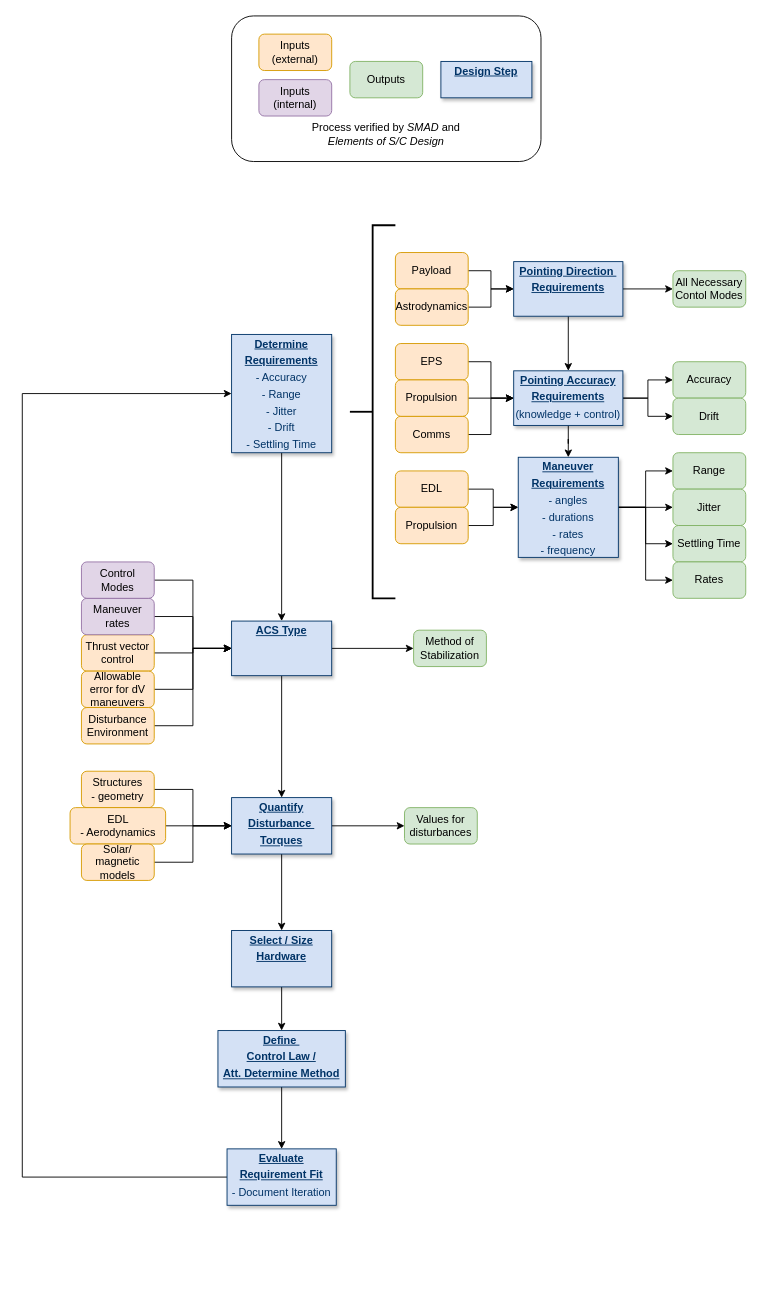
Earlier version of the draw.io diagram top-level_block_diagram.drawio (LMaiorano/DSE-AOCS-Design). Source tidied: cells renumbered, new cells numbered last; positions are measured from the earlier drawing's top-left corner, leaving out a move shared by most shapes. Both pictures are drawn from the tidied source at 91%, with x=0, y=0 at pixel (22, 15).
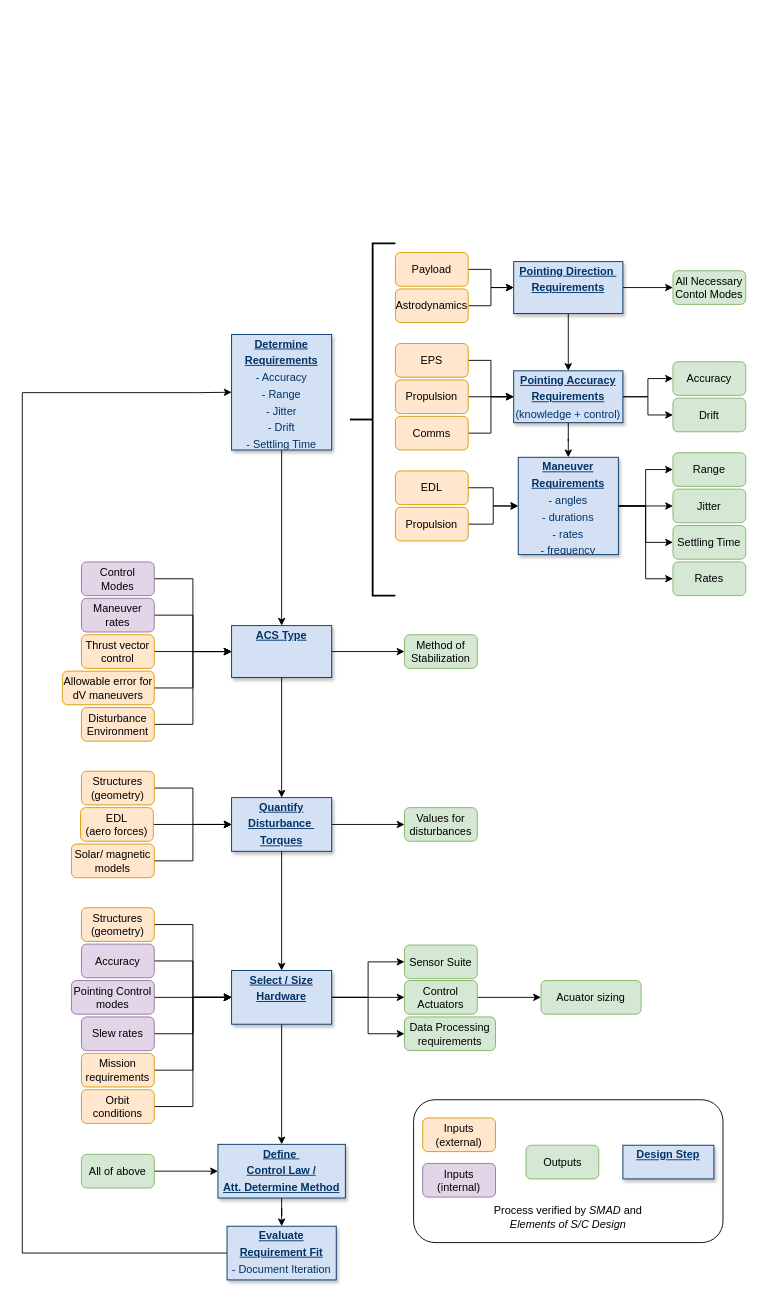
The same page after the edit.

Commit message (it also covers changes not shown here):
Finished AOCS design diagram

Diff of the diagram source:
```diff
@@
     <mxCell id="4" value="&lt;p style=&quot;margin: 0px ; margin-top: 4px ; text-align: center ; text-decoration: underline&quot;&gt;&lt;b&gt;ACS Type&lt;/b&gt;&lt;/p&gt;&lt;p style=&quot;margin: 0px ; margin-top: 4px ; text-align: center ; text-decoration: underline&quot;&gt;&lt;b&gt;&lt;br&gt;&lt;/b&gt;&lt;/p&gt;" style="verticalAlign=top;align=left;overflow=fill;fontSize=12;fontFamily=Helvetica;html=1;strokeColor=#003366;shadow=1;fillColor=#D4E1F5;fontColor=#003366;" parent="1" vertex="1">
-      <mxGeometry x="230" y="665" width="110" height="60" as="geometry" />
+      <mxGeometry x="230" y="670" width="110" height="57" as="geometry" />
     </mxCell>
@@
     <mxCell id="7" value="&lt;p style=&quot;margin: 0px ; margin-top: 4px ; text-align: center ; text-decoration: underline&quot;&gt;&lt;b&gt;Pointing Direction&amp;nbsp;&lt;/b&gt;&lt;/p&gt;&lt;p style=&quot;margin: 0px ; margin-top: 4px ; text-align: center ; text-decoration: underline&quot;&gt;&lt;b&gt;Requirements&lt;/b&gt;&lt;/p&gt;" style="verticalAlign=top;align=left;overflow=fill;fontSize=12;fontFamily=Helvetica;html=1;strokeColor=#003366;shadow=1;fillColor=#D4E1F5;fontColor=#003366;" parent="1" vertex="1">
-      <mxGeometry x="540" y="270" width="120" height="60" as="geometry" />
+      <mxGeometry x="540" y="270" width="120" height="57" as="geometry" />
     </mxCell>
@@
     <mxCell id="11" value="&lt;p style=&quot;margin: 0px ; margin-top: 4px ; text-align: center ; text-decoration: underline&quot;&gt;&lt;b&gt;Pointing Accuracy&lt;/b&gt;&lt;/p&gt;&lt;p style=&quot;margin: 0px ; margin-top: 4px ; text-align: center ; text-decoration: underline&quot;&gt;&lt;b&gt;Requirements&lt;/b&gt;&lt;/p&gt;&lt;p style=&quot;margin: 4px 0px 0px ; text-align: center&quot;&gt;(knowledge + control)&lt;/p&gt;" style="verticalAlign=top;align=left;overflow=fill;fontSize=12;fontFamily=Helvetica;html=1;strokeColor=#003366;shadow=1;fillColor=#D4E1F5;fontColor=#003366;" parent="1" vertex="1">
-      <mxGeometry x="540" y="390" width="120" height="60" as="geometry" />
+      <mxGeometry x="540" y="390" width="120" height="57" as="geometry" />
     </mxCell>
@@
     <mxCell id="16" value="&lt;p style=&quot;margin: 0px ; margin-top: 4px ; text-align: center ; text-decoration: underline&quot;&gt;&lt;b&gt;Maneuver&lt;/b&gt;&lt;/p&gt;&lt;p style=&quot;margin: 0px ; margin-top: 4px ; text-align: center ; text-decoration: underline&quot;&gt;&lt;b&gt;Requirements&lt;/b&gt;&lt;/p&gt;&lt;p style=&quot;margin: 4px 0px 0px ; text-align: center&quot;&gt;- angles&lt;/p&gt;&lt;p style=&quot;margin: 4px 0px 0px ; text-align: center&quot;&gt;- durations&lt;/p&gt;&lt;p style=&quot;margin: 4px 0px 0px ; text-align: center&quot;&gt;- rates&lt;/p&gt;&lt;p style=&quot;margin: 4px 0px 0px ; text-align: center&quot;&gt;- frequency&lt;/p&gt;" style="verticalAlign=top;align=left;overflow=fill;fontSize=12;fontFamily=Helvetica;html=1;strokeColor=#003366;shadow=1;fillColor=#D4E1F5;fontColor=#003366;" parent="1" vertex="1">
-      <mxGeometry x="545" y="485" width="110" height="110" as="geometry" />
+      <mxGeometry x="545" y="485" width="110" height="107" as="geometry" />
     </mxCell>
@@
     <mxCell id="19" value="&lt;p style=&quot;margin: 0px ; margin-top: 4px ; text-align: center ; text-decoration: underline&quot;&gt;&lt;b&gt;Quantify&lt;/b&gt;&lt;/p&gt;&lt;p style=&quot;margin: 0px ; margin-top: 4px ; text-align: center ; text-decoration: underline&quot;&gt;&lt;b&gt;Disturbance&amp;nbsp;&lt;/b&gt;&lt;/p&gt;&lt;p style=&quot;margin: 0px ; margin-top: 4px ; text-align: center ; text-decoration: underline&quot;&gt;&lt;b&gt;Torques&lt;/b&gt;&lt;/p&gt;" style="verticalAlign=top;align=left;overflow=fill;fontSize=12;fontFamily=Helvetica;html=1;strokeColor=#003366;shadow=1;fillColor=#D4E1F5;fontColor=#003366;" parent="1" vertex="1">
-      <mxGeometry x="230" y="859" width="110" height="62" as="geometry" />
+      <mxGeometry x="230" y="859" width="110" height="59" as="geometry" />
     </mxCell>
@@
+    <mxCell id="75" style="edgeStyle=orthogonalEdgeStyle;rounded=0;jettySize=auto;html=1;" parent="1" edge="1" source="21" target="92">
+      <mxGeometry relative="1" as="geometry" />
+    </mxCell>
+    <mxCell id="76" style="edgeStyle=orthogonalEdgeStyle;rounded=0;jettySize=auto;html=1;" parent="1" edge="1" source="21" target="90">
+      <mxGeometry relative="1" as="geometry" />
+    </mxCell>
+    <mxCell id="77" style="edgeStyle=orthogonalEdgeStyle;rounded=0;jettySize=auto;html=1;entryX=0;entryY=0.5;entryDx=0;entryDy=0;" parent="1" edge="1" source="21" target="93">
+      <mxGeometry relative="1" as="geometry" />
+    </mxCell>
     <mxCell id="21" value="&lt;p style=&quot;margin: 0px ; margin-top: 4px ; text-align: center ; text-decoration: underline&quot;&gt;&lt;b&gt;Select / Size&lt;/b&gt;&lt;/p&gt;&lt;p style=&quot;margin: 0px ; margin-top: 4px ; text-align: center ; text-decoration: underline&quot;&gt;&lt;b&gt;Hardware&lt;/b&gt;&lt;/p&gt;" style="verticalAlign=top;align=left;overflow=fill;fontSize=12;fontFamily=Helvetica;html=1;strokeColor=#003366;shadow=1;fillColor=#D4E1F5;fontColor=#003366;" parent="1" vertex="1">
-      <mxGeometry x="230" y="1005" width="110" height="62" as="geometry" />
+      <mxGeometry x="230" y="1049" width="110" height="59" as="geometry" />
     </mxCell>
@@
     <mxCell id="23" value="&lt;p style=&quot;margin: 0px ; margin-top: 4px ; text-align: center ; text-decoration: underline&quot;&gt;&lt;b&gt;Define&amp;nbsp;&lt;/b&gt;&lt;/p&gt;&lt;p style=&quot;margin: 0px ; margin-top: 4px ; text-align: center ; text-decoration: underline&quot;&gt;&lt;b&gt;Control Law /&lt;/b&gt;&lt;/p&gt;&lt;p style=&quot;margin: 0px ; margin-top: 4px ; text-align: center ; text-decoration: underline&quot;&gt;&lt;b&gt;Att. Determine Method&lt;/b&gt;&lt;/p&gt;" style="verticalAlign=top;align=left;overflow=fill;fontSize=12;fontFamily=Helvetica;html=1;strokeColor=#003366;shadow=1;fillColor=#D4E1F5;fontColor=#003366;" parent="1" vertex="1">
-      <mxGeometry x="215" y="1115" width="140" height="62" as="geometry" />
+      <mxGeometry x="215" y="1240" width="140" height="59" as="geometry" />
     </mxCell>
     <mxCell id="24" style="edgeStyle=orthogonalEdgeStyle;rounded=0;jettySize=auto;html=1;entryX=0;entryY=0.5;entryDx=0;entryDy=0;exitX=0;exitY=0.5;exitDx=0;exitDy=0;" parent="1" edge="1" source="25" target="27">
       <mxGeometry relative="1" as="geometry">
         <Array as="points">
-          <mxPoint y="1276" />
-          <mxPoint y="415" />
+          <mxPoint y="1360" />
+          <mxPoint y="414" />
+          <mxPoint x="194" y="414" />
         </Array>
       </mxGeometry>
     </mxCell>
     <mxCell id="25" value="&lt;p style=&quot;margin: 0px ; margin-top: 4px ; text-align: center ; text-decoration: underline&quot;&gt;&lt;b&gt;Evaluate&lt;/b&gt;&lt;/p&gt;&lt;p style=&quot;margin: 0px ; margin-top: 4px ; text-align: center ; text-decoration: underline&quot;&gt;&lt;b&gt;Requirement Fit&lt;/b&gt;&lt;/p&gt;&lt;p style=&quot;margin: 4px 0px 0px ; text-align: center&quot;&gt;- Document Iteration&lt;/p&gt;" style="verticalAlign=top;align=left;overflow=fill;fontSize=12;fontFamily=Helvetica;html=1;strokeColor=#003366;shadow=1;fillColor=#D4E1F5;fontColor=#003366;" parent="1" vertex="1">
-      <mxGeometry x="225" y="1245" width="120" height="62" as="geometry" />
+      <mxGeometry x="225" y="1330" width="120" height="59" as="geometry" />
     </mxCell>
@@
     <mxCell id="27" value="&lt;p style=&quot;margin: 0px ; margin-top: 4px ; text-align: center ; text-decoration: underline&quot;&gt;&lt;b&gt;Determine&lt;/b&gt;&lt;/p&gt;&lt;p style=&quot;margin: 0px ; margin-top: 4px ; text-align: center ; text-decoration: underline&quot;&gt;&lt;b&gt;Requirements&lt;/b&gt;&lt;/p&gt;&lt;p style=&quot;margin: 4px 0px 0px ; text-align: center&quot;&gt;- Accuracy&lt;/p&gt;&lt;p style=&quot;margin: 4px 0px 0px ; text-align: center&quot;&gt;- Range&lt;/p&gt;&lt;p style=&quot;margin: 4px 0px 0px ; text-align: center&quot;&gt;- Jitter&lt;/p&gt;&lt;p style=&quot;margin: 4px 0px 0px ; text-align: center&quot;&gt;- Drift&lt;/p&gt;&lt;p style=&quot;margin: 4px 0px 0px ; text-align: center&quot;&gt;- Settling Time&lt;/p&gt;" style="verticalAlign=top;align=left;overflow=fill;fontSize=12;fontFamily=Helvetica;html=1;strokeColor=#003366;shadow=1;fillColor=#D4E1F5;fontColor=#003366;" parent="1" vertex="1">
-      <mxGeometry x="230" y="350" width="110" height="130" as="geometry" />
+      <mxGeometry x="230" y="350" width="110" height="127" as="geometry" />
     </mxCell>
@@
     <mxCell id="29" value="Thrust vector control" style="rounded=1;whiteSpace=wrap;html=1;fillColor=#ffe6cc;strokeColor=#d79b00;" parent="1" vertex="1">
-      <mxGeometry x="65" y="680" width="80" height="40" as="geometry" />
+      <mxGeometry x="65" y="680" width="80" height="37" as="geometry" />
     </mxCell>
@@
     <mxCell id="31" value="Allowable error for dV maneuvers" style="rounded=1;whiteSpace=wrap;html=1;fillColor=#ffe6cc;strokeColor=#d79b00;" parent="1" vertex="1">
-      <mxGeometry x="65" y="720" width="80" height="40" as="geometry" />
+      <mxGeometry x="44" y="720" width="101" height="37" as="geometry" />
     </mxCell>
@@
     <mxCell id="33" value="Maneuver rates" style="rounded=1;whiteSpace=wrap;html=1;fillColor=#e1d5e7;strokeColor=#9673a6;" parent="1" vertex="1">
-      <mxGeometry x="65" y="640" width="80" height="40" as="geometry" />
+      <mxGeometry x="65" y="640" width="80" height="37" as="geometry" />
     </mxCell>
@@
     <mxCell id="35" value="Payload" style="rounded=1;whiteSpace=wrap;html=1;fillColor=#ffe6cc;strokeColor=#d79b00;" parent="1" vertex="1">
-      <mxGeometry x="410" y="260" width="80" height="40" as="geometry" />
+      <mxGeometry x="410" y="260" width="80" height="37" as="geometry" />
     </mxCell>
     <mxCell id="36" style="group;" parent="1" vertex="1">
-      <mxGeometry x="230" width="340" height="160" as="geometry" />
+      <mxGeometry x="430" y="1191" width="340" height="157" as="geometry" />
     </mxCell>
     <mxCell id="37" style="rounded=1;whiteSpace=wrap;html=1;" parent="36" vertex="1">
-      <mxGeometry width="340" height="160" as="geometry" />
+      <mxGeometry width="340" height="157" as="geometry" />
     </mxCell>
     <mxCell id="38" value="&lt;p style=&quot;margin: 0px ; margin-top: 4px ; text-align: center ; text-decoration: underline&quot;&gt;&lt;b&gt;Design Step&lt;/b&gt;&lt;/p&gt;" style="verticalAlign=top;align=left;overflow=fill;fontSize=12;fontFamily=Helvetica;html=1;strokeColor=#003366;shadow=1;fillColor=#D4E1F5;fontColor=#003366;" parent="36" vertex="1">
-      <mxGeometry x="230" y="50" width="100" height="40" as="geometry" />
+      <mxGeometry x="230" y="50" width="100" height="37" as="geometry" />
     </mxCell>
     <mxCell id="39" value="Inputs (external)" style="rounded=1;whiteSpace=wrap;html=1;fillColor=#ffe6cc;strokeColor=#d79b00;" parent="36" vertex="1">
-      <mxGeometry x="30" y="20" width="80" height="40" as="geometry" />
+      <mxGeometry x="10" y="20" width="80" height="37" as="geometry" />
     </mxCell>
     <mxCell id="40" value="Process verified by &lt;i&gt;SMAD&lt;/i&gt; and &lt;i&gt;Elements of S/C Design&lt;/i&gt;" style="text;html=1;strokeColor=none;fillColor=none;align=center;verticalAlign=middle;whiteSpace=wrap;rounded=0;" parent="36" vertex="1">
-      <mxGeometry x="80" y="120" width="180" height="20" as="geometry" />
+      <mxGeometry x="80" y="120" width="180" height="17" as="geometry" />
     </mxCell>
     <mxCell id="41" value="Outputs" style="rounded=1;whiteSpace=wrap;html=1;fillColor=#d5e8d4;strokeColor=#82b366;" parent="36" vertex="1">
-      <mxGeometry x="130" y="50" width="80" height="40" as="geometry" />
+      <mxGeometry x="123.5" y="50" width="80" height="37" as="geometry" />
     </mxCell>
     <mxCell id="42" value="Inputs&lt;br&gt;(internal)" style="rounded=1;whiteSpace=wrap;html=1;fillColor=#e1d5e7;strokeColor=#9673a6;" parent="36" vertex="1">
-      <mxGeometry x="30" y="70" width="80" height="40" as="geometry" />
+      <mxGeometry x="10" y="70" width="80" height="37" as="geometry" />
     </mxCell>
@@
     <mxCell id="44" value="Astrodynamics" style="rounded=1;whiteSpace=wrap;html=1;fillColor=#ffe6cc;strokeColor=#d79b00;" parent="1" vertex="1">
-      <mxGeometry x="410" y="300" width="80" height="40" as="geometry" />
+      <mxGeometry x="410" y="300" width="80" height="37" as="geometry" />
     </mxCell>
@@
     <mxCell id="46" value="EPS" style="rounded=1;whiteSpace=wrap;html=1;fillColor=#ffe6cc;strokeColor=#d79b00;" parent="1" vertex="1">
-      <mxGeometry x="410" y="360" width="80" height="40" as="geometry" />
+      <mxGeometry x="410" y="360" width="80" height="37" as="geometry" />
     </mxCell>
@@
     <mxCell id="48" value="Comms" style="rounded=1;whiteSpace=wrap;html=1;fillColor=#ffe6cc;strokeColor=#d79b00;" parent="1" vertex="1">
-      <mxGeometry x="410" y="440" width="80" height="40" as="geometry" />
+      <mxGeometry x="410" y="440" width="80" height="37" as="geometry" />
     </mxCell>
@@
     <mxCell id="50" value="Propulsion" style="rounded=1;whiteSpace=wrap;html=1;fillColor=#ffe6cc;strokeColor=#d79b00;" parent="1" vertex="1">
-      <mxGeometry x="410" y="400" width="80" height="40" as="geometry" />
+      <mxGeometry x="410" y="400" width="80" height="37" as="geometry" />
     </mxCell>
     <mxCell id="51" value="All Necessary Contol Modes" style="rounded=1;whiteSpace=wrap;html=1;fillColor=#d5e8d4;strokeColor=#82b366;" parent="1" vertex="1">
-      <mxGeometry x="715" y="280" width="80" height="40" as="geometry" />
+      <mxGeometry x="715" y="280" width="80" height="37" as="geometry" />
     </mxCell>
@@
     <mxCell id="53" value="EDL" style="rounded=1;whiteSpace=wrap;html=1;fillColor=#ffe6cc;strokeColor=#d79b00;" parent="1" vertex="1">
-      <mxGeometry x="410" y="500" width="80" height="40" as="geometry" />
+      <mxGeometry x="410" y="500" width="80" height="37" as="geometry" />
     </mxCell>
@@
     <mxCell id="55" value="Propulsion" style="rounded=1;whiteSpace=wrap;html=1;fillColor=#ffe6cc;strokeColor=#d79b00;" parent="1" vertex="1">
-      <mxGeometry x="410" y="540" width="80" height="40" as="geometry" />
+      <mxGeometry x="410" y="540" width="80" height="37" as="geometry" />
     </mxCell>
     <mxCell id="56" value="Accuracy" style="rounded=1;whiteSpace=wrap;html=1;fillColor=#d5e8d4;strokeColor=#82b366;" parent="1" vertex="1">
-      <mxGeometry x="715" y="380" width="80" height="40" as="geometry" />
+      <mxGeometry x="715" y="380" width="80" height="37" as="geometry" />
     </mxCell>
     <mxCell id="57" value="Range" style="rounded=1;whiteSpace=wrap;html=1;fillColor=#d5e8d4;strokeColor=#82b366;" parent="1" vertex="1">
-      <mxGeometry x="715" y="480" width="80" height="40" as="geometry" />
+      <mxGeometry x="715" y="480" width="80" height="37" as="geometry" />
     </mxCell>
     <mxCell id="58" value="Jitter" style="rounded=1;whiteSpace=wrap;html=1;fillColor=#d5e8d4;strokeColor=#82b366;" parent="1" vertex="1">
-      <mxGeometry x="715" y="520" width="80" height="40" as="geometry" />
+      <mxGeometry x="715" y="520" width="80" height="37" as="geometry" />
     </mxCell>
     <mxCell id="59" value="Settling Time" style="rounded=1;whiteSpace=wrap;html=1;fillColor=#d5e8d4;strokeColor=#82b366;" parent="1" vertex="1">
-      <mxGeometry x="715" y="560" width="80" height="40" as="geometry" />
+      <mxGeometry x="715" y="560" width="80" height="37" as="geometry" />
     </mxCell>
     <mxCell id="60" value="Drift" style="rounded=1;whiteSpace=wrap;html=1;fillColor=#d5e8d4;strokeColor=#82b366;" parent="1" vertex="1">
-      <mxGeometry x="715" y="420" width="80" height="40" as="geometry" />
+      <mxGeometry x="715" y="420" width="80" height="37" as="geometry" />
     </mxCell>
@@
     <mxCell id="62" value="Control Modes" style="rounded=1;whiteSpace=wrap;html=1;fillColor=#e1d5e7;strokeColor=#9673a6;" parent="1" vertex="1">
-      <mxGeometry x="65" y="600" width="80" height="40" as="geometry" />
+      <mxGeometry x="65" y="600" width="80" height="37" as="geometry" />
     </mxCell>
     <mxCell id="63" value="Rates" style="rounded=1;whiteSpace=wrap;html=1;fillColor=#d5e8d4;strokeColor=#82b366;" parent="1" vertex="1">
-      <mxGeometry x="715" y="600" width="80" height="40" as="geometry" />
+      <mxGeometry x="715" y="600" width="80" height="37" as="geometry" />
     </mxCell>
     <mxCell id="64" value="Method of Stabilization" style="rounded=1;whiteSpace=wrap;html=1;fillColor=#d5e8d4;strokeColor=#82b366;" parent="1" vertex="1">
-      <mxGeometry x="430" y="675" width="80" height="40" as="geometry" />
+      <mxGeometry x="420" y="680" width="80" height="37" as="geometry" />
     </mxCell>
@@
     <mxCell id="66" value="Disturbance Environment" style="rounded=1;whiteSpace=wrap;html=1;fillColor=#ffe6cc;strokeColor=#d79b00;" parent="1" vertex="1">
-      <mxGeometry x="65" y="760" width="80" height="40" as="geometry" />
+      <mxGeometry x="65" y="760" width="80" height="37" as="geometry" />
     </mxCell>
     <mxCell id="67" style="strokeWidth=2;html=1;shape=mxgraph.flowchart.annotation_2;align=left;labelPosition=right;" parent="1" vertex="1">
-      <mxGeometry x="360" y="230" width="50" height="410" as="geometry" />
+      <mxGeometry x="360" y="250" width="50" height="387" as="geometry" />
     </mxCell>
@@
-    <mxCell id="69" value="Structures&lt;br&gt;- geometry" style="rounded=1;whiteSpace=wrap;html=1;fillColor=#ffe6cc;strokeColor=#d79b00;" parent="1" vertex="1">
-      <mxGeometry x="65" y="830" width="80" height="40" as="geometry" />
+    <mxCell id="69" value="Structures&lt;br&gt;(geometry)" style="rounded=1;whiteSpace=wrap;html=1;fillColor=#ffe6cc;strokeColor=#d79b00;" parent="1" vertex="1">
+      <mxGeometry x="65" y="830" width="80" height="37" as="geometry" />
     </mxCell>
@@
-    <mxCell id="71" value="EDL&lt;br&gt;- Aerodynamics" style="rounded=1;whiteSpace=wrap;html=1;fillColor=#ffe6cc;strokeColor=#d79b00;" parent="1" vertex="1">
-      <mxGeometry x="52.5" y="870" width="105" height="40" as="geometry" />
+    <mxCell id="71" value="EDL&lt;br&gt;(aero forces)" style="rounded=1;whiteSpace=wrap;html=1;fillColor=#ffe6cc;strokeColor=#d79b00;" parent="1" vertex="1">
+      <mxGeometry x="64" y="870" width="80" height="37" as="geometry" />
     </mxCell>
@@
     <mxCell id="73" value="Solar/ magnetic models" style="rounded=1;whiteSpace=wrap;html=1;fillColor=#ffe6cc;strokeColor=#d79b00;" parent="1" vertex="1">
-      <mxGeometry x="65" y="910" width="80" height="40" as="geometry" />
+      <mxGeometry x="54" y="910" width="91" height="37" as="geometry" />
     </mxCell>
     <mxCell id="74" value="Values for disturbances" style="rounded=1;whiteSpace=wrap;html=1;fillColor=#d5e8d4;strokeColor=#82b366;" parent="1" vertex="1">
-      <mxGeometry x="420" y="870" width="80" height="40" as="geometry" />
+      <mxGeometry x="420" y="870" width="80" height="37" as="geometry" />
     </mxCell>
+    <mxCell id="78" style="edgeStyle=orthogonalEdgeStyle;rounded=0;jettySize=auto;html=1;entryX=0;entryY=0.5;entryDx=0;entryDy=0;" parent="1" edge="1" source="79" target="21">
+      <mxGeometry relative="1" as="geometry" />
+    </mxCell>
+    <mxCell id="79" value="Structures&lt;br&gt;(geometry)" style="rounded=1;whiteSpace=wrap;html=1;fillColor=#ffe6cc;strokeColor=#d79b00;" parent="1" vertex="1">
+      <mxGeometry x="65" y="980" width="80" height="37" as="geometry" />
+    </mxCell>
+    <mxCell id="80" style="edgeStyle=orthogonalEdgeStyle;rounded=0;jettySize=auto;html=1;entryX=0;entryY=0.5;entryDx=0;entryDy=0;" parent="1" edge="1" source="81" target="21">
+      <mxGeometry relative="1" as="geometry" />
+    </mxCell>
+    <mxCell id="81" value="Accuracy" style="rounded=1;whiteSpace=wrap;html=1;fillColor=#e1d5e7;strokeColor=#9673a6;" parent="1" vertex="1">
+      <mxGeometry x="65" y="1020" width="80" height="37" as="geometry" />
+    </mxCell>
+    <mxCell id="82" style="edgeStyle=orthogonalEdgeStyle;rounded=0;jettySize=auto;html=1;" parent="1" edge="1" source="83" target="21">
+      <mxGeometry relative="1" as="geometry" />
+    </mxCell>
+    <mxCell id="83" value="Pointing Control modes" style="rounded=1;whiteSpace=wrap;html=1;fillColor=#e1d5e7;strokeColor=#9673a6;" parent="1" vertex="1">
+      <mxGeometry x="54" y="1060" width="91" height="37" as="geometry" />
+    </mxCell>
+    <mxCell id="84" style="edgeStyle=orthogonalEdgeStyle;rounded=0;jettySize=auto;html=1;" parent="1" edge="1" source="85" target="21">
+      <mxGeometry relative="1" as="geometry" />
+    </mxCell>
+    <mxCell id="85" value="Slew rates" style="rounded=1;whiteSpace=wrap;html=1;fillColor=#e1d5e7;strokeColor=#9673a6;" parent="1" vertex="1">
+      <mxGeometry x="65" y="1100" width="80" height="37" as="geometry" />
+    </mxCell>
+    <mxCell id="86" style="edgeStyle=orthogonalEdgeStyle;rounded=0;jettySize=auto;html=1;entryX=0;entryY=0.5;entryDx=0;entryDy=0;" parent="1" edge="1" source="87" target="21">
+      <mxGeometry relative="1" as="geometry" />
+    </mxCell>
+    <mxCell id="87" value="Mission requirements" style="rounded=1;whiteSpace=wrap;html=1;fillColor=#ffe6cc;strokeColor=#d79b00;" parent="1" vertex="1">
+      <mxGeometry x="65" y="1140" width="80" height="37" as="geometry" />
+    </mxCell>
+    <mxCell id="88" style="edgeStyle=orthogonalEdgeStyle;rounded=0;jettySize=auto;html=1;entryX=0;entryY=0.5;entryDx=0;entryDy=0;" parent="1" edge="1" source="89" target="21">
+      <mxGeometry relative="1" as="geometry" />
+    </mxCell>
+    <mxCell id="89" value="Orbit conditions" style="rounded=1;whiteSpace=wrap;html=1;fillColor=#ffe6cc;strokeColor=#d79b00;" parent="1" vertex="1">
+      <mxGeometry x="65" y="1180" width="80" height="37" as="geometry" />
+    </mxCell>
+    <mxCell id="90" value="Sensor Suite" style="rounded=1;whiteSpace=wrap;html=1;fillColor=#d5e8d4;strokeColor=#82b366;" parent="1" vertex="1">
+      <mxGeometry x="420" y="1021" width="80" height="37" as="geometry" />
+    </mxCell>
+    <mxCell id="91" style="edgeStyle=orthogonalEdgeStyle;rounded=0;jettySize=auto;html=1;" parent="1" edge="1" source="92" target="94">
+      <mxGeometry relative="1" as="geometry" />
+    </mxCell>
+    <mxCell id="92" value="Control Actuators" style="rounded=1;whiteSpace=wrap;html=1;fillColor=#d5e8d4;strokeColor=#82b366;" parent="1" vertex="1">
+      <mxGeometry x="420" y="1060" width="80" height="37" as="geometry" />
+    </mxCell>
+    <mxCell id="93" value="Data Processing requirements" style="rounded=1;whiteSpace=wrap;html=1;fillColor=#d5e8d4;strokeColor=#82b366;" parent="1" vertex="1">
+      <mxGeometry x="420" y="1100" width="100" height="37" as="geometry" />
+    </mxCell>
+    <mxCell id="94" value="Acuator sizing" style="rounded=1;whiteSpace=wrap;html=1;fillColor=#d5e8d4;strokeColor=#82b366;" parent="1" vertex="1">
+      <mxGeometry x="570" y="1060" width="110" height="37" as="geometry" />
+    </mxCell>
+    <mxCell id="95" style="edgeStyle=orthogonalEdgeStyle;rounded=0;jettySize=auto;html=1;entryX=0;entryY=0.5;entryDx=0;entryDy=0;" parent="1" edge="1" source="96" target="23">
+      <mxGeometry relative="1" as="geometry" />
+    </mxCell>
+    <mxCell id="96" value="All of above" style="rounded=1;whiteSpace=wrap;html=1;fillColor=#d5e8d4;strokeColor=#82b366;" parent="1" vertex="1">
+      <mxGeometry x="65" y="1251" width="80" height="37" as="geometry" />
+    </mxCell>
```
